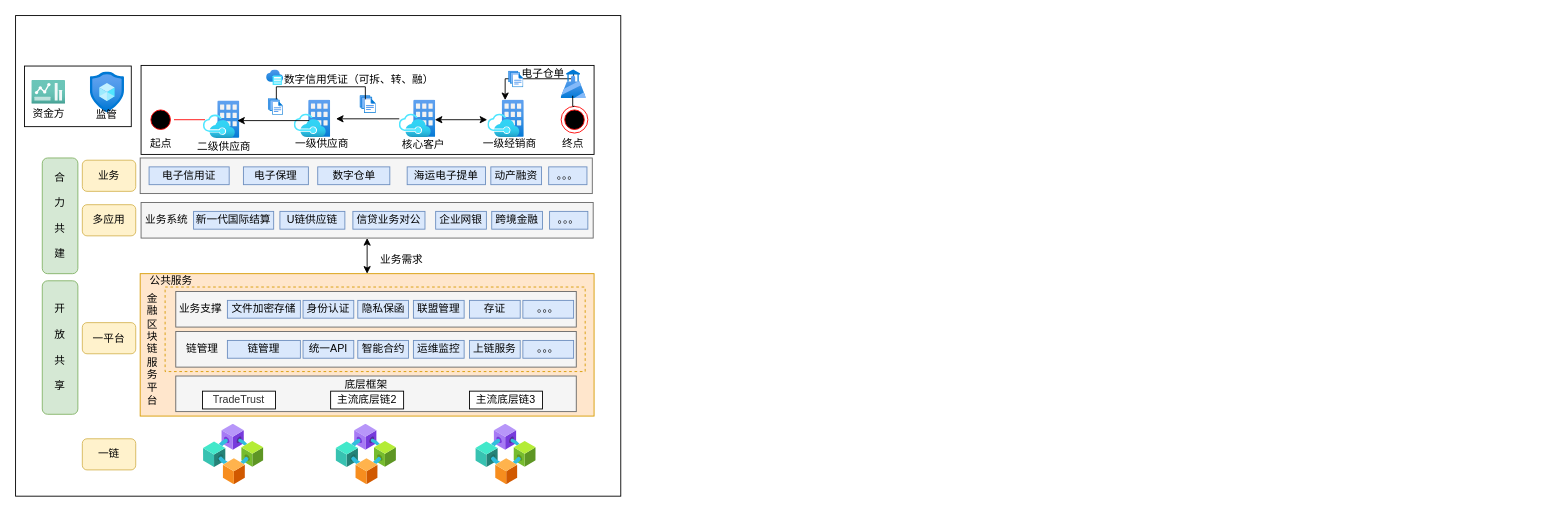
The draw.io diagram 区块链金融服务.drawio in wuchenxi123/draw, before the edit. Source tidied: cells renumbered, new cells numbered last; positions are measured from the earlier drawing's top-left corner, leaving out a move shared by most shapes. Both pictures are drawn from the tidied source at 89%, with x=0, y=0 at pixel (15, 15). Pictures stored in the file or linked from it are replaced by grey dashed boxes.
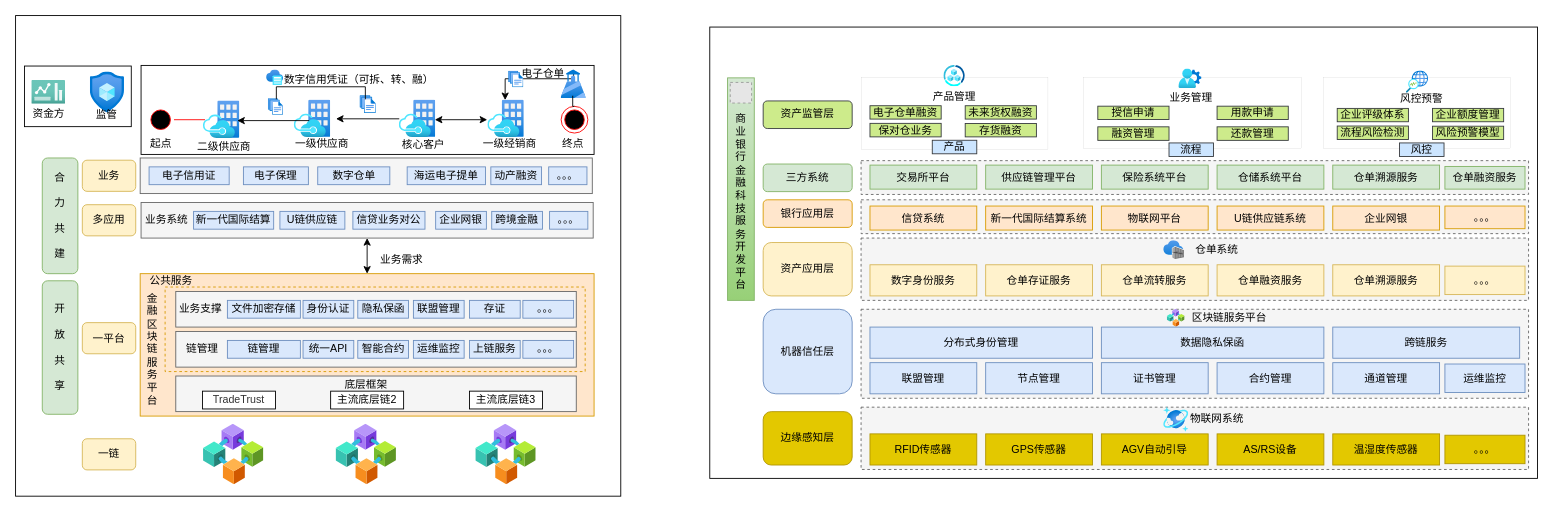
The same page after the edit.

Commit message:
区块链金融服务.drawio

What changed in the source:
```diff
@@
+    <mxCell id="86" style="rounded=0;whiteSpace=wrap;html=1;" parent="1" vertex="1">
+      <mxGeometry x="780" y="12.9" width="930" height="507.1" as="geometry" />
+    </mxCell>
+    <mxCell id="87" style="rounded=0;whiteSpace=wrap;html=1;dashed=1;fillColor=#f5f5f5;fontColor=#333333;strokeColor=#666666;" parent="1" vertex="1">
+      <mxGeometry x="950" y="440" width="750" height="70" as="geometry" />
+    </mxCell>
+    <mxCell id="88" value="边缘感知层" style="rounded=1;whiteSpace=wrap;html=1;fillColor=#e3c800;fontColor=#000000;strokeColor=#B09500;" parent="1" vertex="1">
+      <mxGeometry x="840" y="445" width="100" height="60" as="geometry" />
+    </mxCell>
+    <mxCell id="89" style="image;html=1;align=center;fontSize=12;image=img/lib/azure2/databases/Azure_Cosmos_DB.svg;" parent="1" vertex="1">
+      <mxGeometry x="1290" y="440" width="28" height="28" as="geometry" />
+    </mxCell>
+    <mxCell id="90" value="物联网系统" style="text;html=1;align=center;verticalAlign=middle;whiteSpace=wrap;rounded=0;" parent="1" vertex="1">
+      <mxGeometry x="1310" y="438" width="80" height="30" as="geometry" />
+    </mxCell>
+    <mxCell id="91" value="&lt;div&gt;RFID传感器&lt;/div&gt;" style="rounded=0;whiteSpace=wrap;html=1;fillColor=#e3c800;fontColor=#000000;strokeColor=#B09500;" parent="1" vertex="1">
+      <mxGeometry x="960" y="470" width="120" height="35" as="geometry" />
+    </mxCell>
+    <mxCell id="92" value="&lt;div&gt;GPS传感器&lt;/div&gt;" style="rounded=0;whiteSpace=wrap;html=1;fillColor=#e3c800;fontColor=#000000;strokeColor=#B09500;" parent="1" vertex="1">
+      <mxGeometry x="1090" y="470" width="120" height="35" as="geometry" />
+    </mxCell>
+    <mxCell id="93" value="&lt;div&gt;AGV自动引导&lt;/div&gt;" style="rounded=0;whiteSpace=wrap;html=1;fillColor=#e3c800;fontColor=#000000;strokeColor=#B09500;" parent="1" vertex="1">
+      <mxGeometry x="1220" y="470" width="120" height="35" as="geometry" />
+    </mxCell>
+    <mxCell id="94" value="&lt;div&gt;AS/RS设备&lt;/div&gt;" style="rounded=0;whiteSpace=wrap;html=1;fillColor=#e3c800;fontColor=#000000;strokeColor=#B09500;" parent="1" vertex="1">
+      <mxGeometry x="1350" y="470" width="120" height="35" as="geometry" />
+    </mxCell>
+    <mxCell id="95" value="&lt;div&gt;温湿度传感器&lt;/div&gt;" style="rounded=0;whiteSpace=wrap;html=1;fillColor=#e3c800;fontColor=#000000;strokeColor=#B09500;" parent="1" vertex="1">
+      <mxGeometry x="1480" y="470" width="120" height="35" as="geometry" />
+    </mxCell>
+    <mxCell id="96" value="&lt;div&gt;。。。&lt;/div&gt;" style="rounded=0;whiteSpace=wrap;html=1;fillColor=#e3c800;fontColor=#000000;strokeColor=#B09500;" parent="1" vertex="1">
+      <mxGeometry x="1606" y="471.5" width="90" height="32" as="geometry" />
+    </mxCell>
+    <mxCell id="97" style="rounded=0;whiteSpace=wrap;html=1;dashed=1;fillColor=#f5f5f5;fontColor=#333333;strokeColor=#666666;" parent="1" vertex="1">
+      <mxGeometry x="950" y="330" width="750" height="100" as="geometry" />
+    </mxCell>
+    <mxCell id="98" value="机器信任层" style="rounded=1;whiteSpace=wrap;html=1;fillColor=#dae8fc;strokeColor=#6c8ebf;" parent="1" vertex="1">
+      <mxGeometry x="840" y="330" width="100" height="95" as="geometry" />
+    </mxCell>
+    <mxCell id="99" value="区块链服务平台" style="text;html=1;align=center;verticalAlign=middle;whiteSpace=wrap;rounded=0;" parent="1" vertex="1">
+      <mxGeometry x="1318" y="325" width="92" height="30" as="geometry" />
+    </mxCell>
+    <mxCell id="100" value="&lt;div&gt;联盟管理&lt;/div&gt;" style="rounded=0;whiteSpace=wrap;html=1;fillColor=#dae8fc;strokeColor=#6c8ebf;" parent="1" vertex="1">
+      <mxGeometry x="960" y="390" width="120" height="35" as="geometry" />
+    </mxCell>
+    <mxCell id="101" value="&lt;div&gt;节点管理&lt;/div&gt;" style="rounded=0;whiteSpace=wrap;html=1;fillColor=#dae8fc;strokeColor=#6c8ebf;" parent="1" vertex="1">
+      <mxGeometry x="1090" y="390" width="120" height="35" as="geometry" />
+    </mxCell>
+    <mxCell id="102" value="&lt;div&gt;证书&lt;span style=&quot;background-color: initial;&quot;&gt;管理&lt;/span&gt;&lt;/div&gt;" style="rounded=0;whiteSpace=wrap;html=1;fillColor=#dae8fc;strokeColor=#6c8ebf;" parent="1" vertex="1">
+      <mxGeometry x="1220" y="390" width="120" height="35" as="geometry" />
+    </mxCell>
+    <mxCell id="103" value="&lt;div&gt;合约&lt;span style=&quot;background-color: initial;&quot;&gt;管理&lt;/span&gt;&lt;/div&gt;" style="rounded=0;whiteSpace=wrap;html=1;fillColor=#dae8fc;strokeColor=#6c8ebf;" parent="1" vertex="1">
+      <mxGeometry x="1350" y="390" width="120" height="35" as="geometry" />
+    </mxCell>
+    <mxCell id="104" value="&lt;div&gt;通道&lt;span style=&quot;background-color: initial;&quot;&gt;管理&lt;/span&gt;&lt;/div&gt;" style="rounded=0;whiteSpace=wrap;html=1;fillColor=#dae8fc;strokeColor=#6c8ebf;" parent="1" vertex="1">
+      <mxGeometry x="1480" y="390" width="120" height="35" as="geometry" />
+    </mxCell>
+    <mxCell id="105" value="&lt;div&gt;运维监控&lt;/div&gt;" style="rounded=0;whiteSpace=wrap;html=1;fillColor=#dae8fc;strokeColor=#6c8ebf;" parent="1" vertex="1">
+      <mxGeometry x="1606" y="391.5" width="90" height="32" as="geometry" />
+    </mxCell>
+    <mxCell id="106" style="image;html=1;align=center;fontSize=12;image=img/lib/azure2/blockchain/Consortium.svg;fillColor=#dae8fc;strokeColor=#6c8ebf;" parent="1" vertex="1">
+      <mxGeometry x="1294" y="330" width="20" height="20" as="geometry" />
+    </mxCell>
+    <mxCell id="107" value="&lt;div&gt;分布式身份管理&lt;/div&gt;" style="rounded=0;whiteSpace=wrap;html=1;fillColor=#dae8fc;strokeColor=#6c8ebf;" parent="1" vertex="1">
+      <mxGeometry x="960" y="350" width="250" height="35" as="geometry" />
+    </mxCell>
+    <mxCell id="108" value="&lt;div&gt;数据隐私保函&lt;/div&gt;" style="rounded=0;whiteSpace=wrap;html=1;fillColor=#dae8fc;strokeColor=#6c8ebf;" parent="1" vertex="1">
+      <mxGeometry x="1220" y="350" width="250" height="35" as="geometry" />
+    </mxCell>
+    <mxCell id="109" value="&lt;div&gt;跨链服务&lt;/div&gt;" style="rounded=0;whiteSpace=wrap;html=1;fillColor=#dae8fc;strokeColor=#6c8ebf;" parent="1" vertex="1">
+      <mxGeometry x="1480" y="350" width="210" height="35" as="geometry" />
+    </mxCell>
+    <mxCell id="110" style="rounded=0;whiteSpace=wrap;html=1;dashed=1;fillColor=#f5f5f5;fontColor=#333333;strokeColor=#666666;" parent="1" vertex="1">
+      <mxGeometry x="950" y="250" width="750" height="70" as="geometry" />
+    </mxCell>
+    <mxCell id="111" value="资产应用层" style="rounded=1;whiteSpace=wrap;html=1;fillColor=#fff2cc;strokeColor=#d6b656;" parent="1" vertex="1">
+      <mxGeometry x="840" y="255" width="100" height="60" as="geometry" />
+    </mxCell>
+    <mxCell id="112" value="仓单系统" style="text;html=1;align=center;verticalAlign=middle;whiteSpace=wrap;rounded=0;" parent="1" vertex="1">
+      <mxGeometry x="1310" y="248" width="80" height="30" as="geometry" />
+    </mxCell>
+    <mxCell id="113" value="&lt;div&gt;数字身份服务&lt;/div&gt;" style="rounded=0;whiteSpace=wrap;html=1;fillColor=#fff2cc;strokeColor=#d6b656;" parent="1" vertex="1">
+      <mxGeometry x="960" y="280" width="120" height="35" as="geometry" />
+    </mxCell>
+    <mxCell id="114" value="&lt;div&gt;仓单存证服务&lt;/div&gt;" style="rounded=0;whiteSpace=wrap;html=1;fillColor=#fff2cc;strokeColor=#d6b656;" parent="1" vertex="1">
+      <mxGeometry x="1090" y="280" width="120" height="35" as="geometry" />
+    </mxCell>
+    <mxCell id="115" value="仓单流转服务" style="rounded=0;whiteSpace=wrap;html=1;fillColor=#fff2cc;strokeColor=#d6b656;" parent="1" vertex="1">
+      <mxGeometry x="1220" y="280" width="120" height="35" as="geometry" />
+    </mxCell>
+    <mxCell id="116" value="仓单融资服务" style="rounded=0;whiteSpace=wrap;html=1;fillColor=#fff2cc;strokeColor=#d6b656;" parent="1" vertex="1">
+      <mxGeometry x="1350" y="280" width="120" height="35" as="geometry" />
+    </mxCell>
+    <mxCell id="117" value="仓单溯源服务" style="rounded=0;whiteSpace=wrap;html=1;fillColor=#fff2cc;strokeColor=#d6b656;" parent="1" vertex="1">
+      <mxGeometry x="1480" y="280" width="120" height="35" as="geometry" />
+    </mxCell>
+    <mxCell id="118" value="&lt;div&gt;。。。&lt;/div&gt;" style="rounded=0;whiteSpace=wrap;html=1;fillColor=#fff2cc;strokeColor=#d6b656;" parent="1" vertex="1">
+      <mxGeometry x="1606" y="281.5" width="90" height="32" as="geometry" />
+    </mxCell>
+    <mxCell id="119" style="image;html=1;align=center;fontSize=12;image=img/lib/azure2/containers/Container_Registries.svg;" parent="1" vertex="1">
+      <mxGeometry x="1290" y="253" width="23.5" height="21.1" as="geometry" />
+    </mxCell>
+    <mxCell id="120" style="rounded=0;whiteSpace=wrap;html=1;dashed=1;fillColor=#f5f5f5;fontColor=#333333;strokeColor=#666666;" parent="1" vertex="1">
+      <mxGeometry x="950" y="163" width="750" height="38" as="geometry" />
+    </mxCell>
+    <mxCell id="121" value="三方系统" style="rounded=1;whiteSpace=wrap;html=1;fillColor=#d5e8d4;strokeColor=#82b366;" parent="1" vertex="1">
+      <mxGeometry x="840" y="166.8" width="100" height="31" as="geometry" />
+    </mxCell>
+    <mxCell id="122" value="&lt;div&gt;交易所平台&lt;/div&gt;" style="rounded=0;whiteSpace=wrap;html=1;fillColor=#d5e8d4;strokeColor=#82b366;" parent="1" vertex="1">
+      <mxGeometry x="960" y="168" width="120" height="27" as="geometry" />
+    </mxCell>
+    <mxCell id="123" value="供应链管理平台" style="rounded=0;whiteSpace=wrap;html=1;fillColor=#d5e8d4;strokeColor=#82b366;" parent="1" vertex="1">
+      <mxGeometry x="1090" y="168" width="120" height="27" as="geometry" />
+    </mxCell>
+    <mxCell id="124" value="保险系统平台" style="rounded=0;whiteSpace=wrap;html=1;fillColor=#d5e8d4;strokeColor=#82b366;" parent="1" vertex="1">
+      <mxGeometry x="1220" y="168" width="120" height="27" as="geometry" />
+    </mxCell>
+    <mxCell id="125" value="仓储系统平台" style="rounded=0;whiteSpace=wrap;html=1;fillColor=#d5e8d4;strokeColor=#82b366;" parent="1" vertex="1">
+      <mxGeometry x="1350" y="168" width="120" height="27" as="geometry" />
+    </mxCell>
+    <mxCell id="126" value="仓单溯源服务" style="rounded=0;whiteSpace=wrap;html=1;fillColor=#d5e8d4;strokeColor=#82b366;" parent="1" vertex="1">
+      <mxGeometry x="1480" y="168" width="120" height="27" as="geometry" />
+    </mxCell>
+    <mxCell id="127" value="仓单融资服务" style="rounded=0;whiteSpace=wrap;html=1;fillColor=#d5e8d4;strokeColor=#82b366;" parent="1" vertex="1">
+      <mxGeometry x="1606" y="169.5" width="90" height="25.5" as="geometry" />
+    </mxCell>
+    <mxCell id="128" style="rounded=0;whiteSpace=wrap;html=1;dashed=1;fillColor=#f5f5f5;strokeColor=#666666;fontColor=#333333;" parent="1" vertex="1">
+      <mxGeometry x="950" y="207" width="750" height="38" as="geometry" />
+    </mxCell>
+    <mxCell id="129" value="信贷系统" style="rounded=0;whiteSpace=wrap;html=1;fillColor=#ffe6cc;strokeColor=#d79b00;" parent="1" vertex="1">
+      <mxGeometry x="960" y="214" width="120" height="27" as="geometry" />
+    </mxCell>
+    <mxCell id="130" value="新一代国际结算系统" style="rounded=0;whiteSpace=wrap;html=1;fillColor=#ffe6cc;strokeColor=#d79b00;" parent="1" vertex="1">
+      <mxGeometry x="1090" y="214" width="120" height="27" as="geometry" />
+    </mxCell>
+    <mxCell id="131" value="物联网平台" style="rounded=0;whiteSpace=wrap;html=1;fillColor=#ffe6cc;strokeColor=#d79b00;" parent="1" vertex="1">
+      <mxGeometry x="1220" y="214" width="120" height="27" as="geometry" />
+    </mxCell>
+    <mxCell id="132" value="U链供应链系统" style="rounded=0;whiteSpace=wrap;html=1;fillColor=#ffe6cc;strokeColor=#d79b00;" parent="1" vertex="1">
+      <mxGeometry x="1350" y="214" width="120" height="27" as="geometry" />
+    </mxCell>
+    <mxCell id="133" value="企业网银" style="rounded=0;whiteSpace=wrap;html=1;fillColor=#ffe6cc;strokeColor=#d79b00;" parent="1" vertex="1">
+      <mxGeometry x="1480" y="214" width="120" height="27" as="geometry" />
+    </mxCell>
+    <mxCell id="134" value="&lt;div&gt;。。。&lt;/div&gt;" style="rounded=0;whiteSpace=wrap;html=1;fillColor=#ffe6cc;strokeColor=#d79b00;" parent="1" vertex="1">
+      <mxGeometry x="1606" y="214" width="90" height="25.5" as="geometry" />
+    </mxCell>
+    <mxCell id="135" value="银行应用层" style="rounded=1;whiteSpace=wrap;html=1;fillColor=#ffe6cc;strokeColor=#d79b00;" parent="1" vertex="1">
+      <mxGeometry x="840" y="207" width="100" height="31" as="geometry" />
+    </mxCell>
+    <mxCell id="136" value="&lt;div&gt;&lt;br&gt;&lt;/div&gt;&lt;div&gt;&lt;br&gt;&lt;/div&gt;商&lt;div&gt;业&lt;div&gt;&lt;span style=&quot;background-color: initial;&quot;&gt;银&lt;/span&gt;&lt;/div&gt;&lt;div&gt;&lt;span style=&quot;background-color: initial;&quot;&gt;行&lt;/span&gt;&lt;/div&gt;&lt;div&gt;金&lt;/div&gt;&lt;div&gt;融&lt;/div&gt;&lt;div&gt;科&lt;/div&gt;&lt;div&gt;技&lt;/div&gt;&lt;div&gt;服&lt;/div&gt;&lt;div&gt;务&lt;/div&gt;&lt;div&gt;开&lt;/div&gt;&lt;div&gt;发&lt;/div&gt;&lt;div&gt;平&lt;/div&gt;&lt;div&gt;台&lt;/div&gt;&lt;/div&gt;" style="rounded=0;whiteSpace=wrap;html=1;fillColor=#d5e8d4;gradientColor=#97d077;strokeColor=#82b366;" parent="1" vertex="1">
+      <mxGeometry x="800" y="70" width="30" height="250" as="geometry" />
+    </mxCell>
+    <mxCell id="137" style="fillColor=#E6E6E6;strokeColor=#999999;dashed=1;verticalLabelPosition=bottom;labelBackgroundColor=default;verticalAlign=top;" parent="1" vertex="1">
+      <mxGeometry x="803" y="75.1" width="24" height="23.2" as="geometry" />
+    </mxCell>
+    <mxCell id="138" style="rounded=0;whiteSpace=wrap;html=1;dashed=1;dashPattern=12 12;strokeWidth=0;strokeColor=#666666;" parent="1" vertex="1">
+      <mxGeometry x="950" y="70" width="210" height="80" as="geometry" />
+    </mxCell>
+    <mxCell id="139" style="image;html=1;align=center;fontSize=12;image=img/lib/azure2/other/Azure_Center_for_SAP.svg;" parent="1" vertex="1">
+      <mxGeometry x="1043" y="56" width="24" height="24" as="geometry" />
+    </mxCell>
+    <mxCell id="140" value="电子仓单融资" style="text;html=1;align=center;verticalAlign=middle;whiteSpace=wrap;rounded=0;fillColor=#cdeb8b;strokeColor=#36393d;" parent="1" vertex="1">
+      <mxGeometry x="960" y="101.3" width="80" height="15" as="geometry" />
+    </mxCell>
+    <mxCell id="141" value="保对仓业务" style="text;html=1;align=center;verticalAlign=middle;whiteSpace=wrap;rounded=0;fillColor=#cdeb8b;strokeColor=#36393d;" parent="1" vertex="1">
+      <mxGeometry x="960" y="121.1" width="80" height="15.2" as="geometry" />
+    </mxCell>
+    <mxCell id="142" value="产品管理" style="text;html=1;align=center;verticalAlign=middle;whiteSpace=wrap;rounded=0;" parent="1" vertex="1">
+      <mxGeometry x="1025" y="75.6" width="60" height="30" as="geometry" />
+    </mxCell>
+    <mxCell id="143" value="产品" style="text;html=1;align=center;verticalAlign=middle;whiteSpace=wrap;rounded=0;fillColor=#cce5ff;strokeColor=#36393d;" parent="1" vertex="1">
+      <mxGeometry x="1030" y="140.1" width="50" height="15.2" as="geometry" />
+    </mxCell>
+    <mxCell id="144" style="rounded=0;whiteSpace=wrap;html=1;dashed=1;dashPattern=12 12;strokeWidth=0;strokeColor=#666666;" parent="1" vertex="1">
+      <mxGeometry x="1200" y="69.3" width="245" height="80" as="geometry" />
+    </mxCell>
+    <mxCell id="145" value="授信申请" style="text;html=1;align=center;verticalAlign=middle;whiteSpace=wrap;rounded=0;fillColor=#cdeb8b;strokeColor=#36393d;" parent="1" vertex="1">
+      <mxGeometry x="1216" y="101.8" width="80" height="15" as="geometry" />
+    </mxCell>
+    <mxCell id="146" value="融资管理" style="text;html=1;align=center;verticalAlign=middle;whiteSpace=wrap;rounded=0;fillColor=#cdeb8b;strokeColor=#36393d;" parent="1" vertex="1">
+      <mxGeometry x="1216" y="125" width="80" height="15.2" as="geometry" />
+    </mxCell>
+    <mxCell id="147" value="业务管理" style="text;html=1;align=center;verticalAlign=middle;whiteSpace=wrap;rounded=0;" parent="1" vertex="1">
+      <mxGeometry x="1291" y="78.3" width="60" height="30" as="geometry" />
+    </mxCell>
+    <mxCell id="148" value="流程" style="text;html=1;align=center;verticalAlign=middle;whiteSpace=wrap;rounded=0;fillColor=#cce5ff;strokeColor=#36393d;" parent="1" vertex="1">
+      <mxGeometry x="1296" y="143.1" width="50" height="15.2" as="geometry" />
+    </mxCell>
+    <mxCell id="149" value="未来货权融资" style="text;html=1;align=center;verticalAlign=middle;whiteSpace=wrap;rounded=0;fillColor=#cdeb8b;strokeColor=#36393d;" parent="1" vertex="1">
+      <mxGeometry x="1067" y="101.3" width="80" height="15" as="geometry" />
+    </mxCell>
+    <mxCell id="150" value="存货融资" style="text;html=1;align=center;verticalAlign=middle;whiteSpace=wrap;rounded=0;fillColor=#cdeb8b;strokeColor=#36393d;" parent="1" vertex="1">
+      <mxGeometry x="1067" y="121.3" width="80" height="15" as="geometry" />
+    </mxCell>
+    <mxCell id="151" value="用款申请" style="text;html=1;align=center;verticalAlign=middle;whiteSpace=wrap;rounded=0;fillColor=#cdeb8b;strokeColor=#36393d;" parent="1" vertex="1">
+      <mxGeometry x="1350" y="101.8" width="80" height="15" as="geometry" />
+    </mxCell>
+    <mxCell id="152" value="还款管理" style="text;html=1;align=center;verticalAlign=middle;whiteSpace=wrap;rounded=0;fillColor=#cdeb8b;strokeColor=#36393d;" parent="1" vertex="1">
+      <mxGeometry x="1350" y="125" width="80" height="15.2" as="geometry" />
+    </mxCell>
+    <mxCell id="153" style="rounded=0;whiteSpace=wrap;html=1;dashed=1;dashPattern=12 12;strokeWidth=0;strokeColor=#666666;" parent="1" vertex="1">
+      <mxGeometry x="1470" y="69.3" width="210" height="80" as="geometry" />
+    </mxCell>
+    <mxCell id="154" value="企业评级体系" style="text;html=1;align=center;verticalAlign=middle;whiteSpace=wrap;rounded=0;fillColor=#cdeb8b;strokeColor=#36393d;" parent="1" vertex="1">
+      <mxGeometry x="1485" y="104.3" width="80" height="15" as="geometry" />
+    </mxCell>
+    <mxCell id="155" value="流程风险检测" style="text;html=1;align=center;verticalAlign=middle;whiteSpace=wrap;rounded=0;fillColor=#cdeb8b;strokeColor=#36393d;" parent="1" vertex="1">
+      <mxGeometry x="1485" y="124.1" width="80" height="15.2" as="geometry" />
+    </mxCell>
+    <mxCell id="156" value="风控预警" style="text;html=1;align=center;verticalAlign=middle;whiteSpace=wrap;rounded=0;" parent="1" vertex="1">
+      <mxGeometry x="1550" y="78.6" width="60" height="30" as="geometry" />
+    </mxCell>
+    <mxCell id="157" value="风控" style="text;html=1;align=center;verticalAlign=middle;whiteSpace=wrap;rounded=0;fillColor=#cce5ff;strokeColor=#36393d;" parent="1" vertex="1">
+      <mxGeometry x="1555" y="143.1" width="50" height="15.2" as="geometry" />
+    </mxCell>
+    <mxCell id="158" value="企业额度管理" style="text;html=1;align=center;verticalAlign=middle;whiteSpace=wrap;rounded=0;fillColor=#cdeb8b;strokeColor=#36393d;" parent="1" vertex="1">
+      <mxGeometry x="1592" y="104.3" width="80" height="15" as="geometry" />
+    </mxCell>
+    <mxCell id="159" value="风险预警模型" style="text;html=1;align=center;verticalAlign=middle;whiteSpace=wrap;rounded=0;fillColor=#cdeb8b;strokeColor=#36393d;" parent="1" vertex="1">
+      <mxGeometry x="1592" y="124.3" width="80" height="15" as="geometry" />
+    </mxCell>
+    <mxCell id="160" style="image;html=1;align=center;fontSize=12;image=img/lib/azure2/identity/User_Settings.svg;" parent="1" vertex="1">
+      <mxGeometry x="1307" y="60.1" width="26" height="21.8" as="geometry" />
+    </mxCell>
+    <mxCell id="161" style="image;html=1;align=center;fontSize=12;image=img/lib/azure2/networking/Network_Watcher.svg;" parent="1" vertex="1">
+      <mxGeometry x="1562.5" y="62.1" width="25" height="25" as="geometry" />
+    </mxCell>
+    <mxCell id="162" value="资产监管层" style="rounded=1;whiteSpace=wrap;html=1;fillColor=#cdeb8b;strokeColor=#36393d;" parent="1" vertex="1">
+      <mxGeometry x="840" y="95.9" width="100" height="31" as="geometry" />
+    </mxCell>
```
